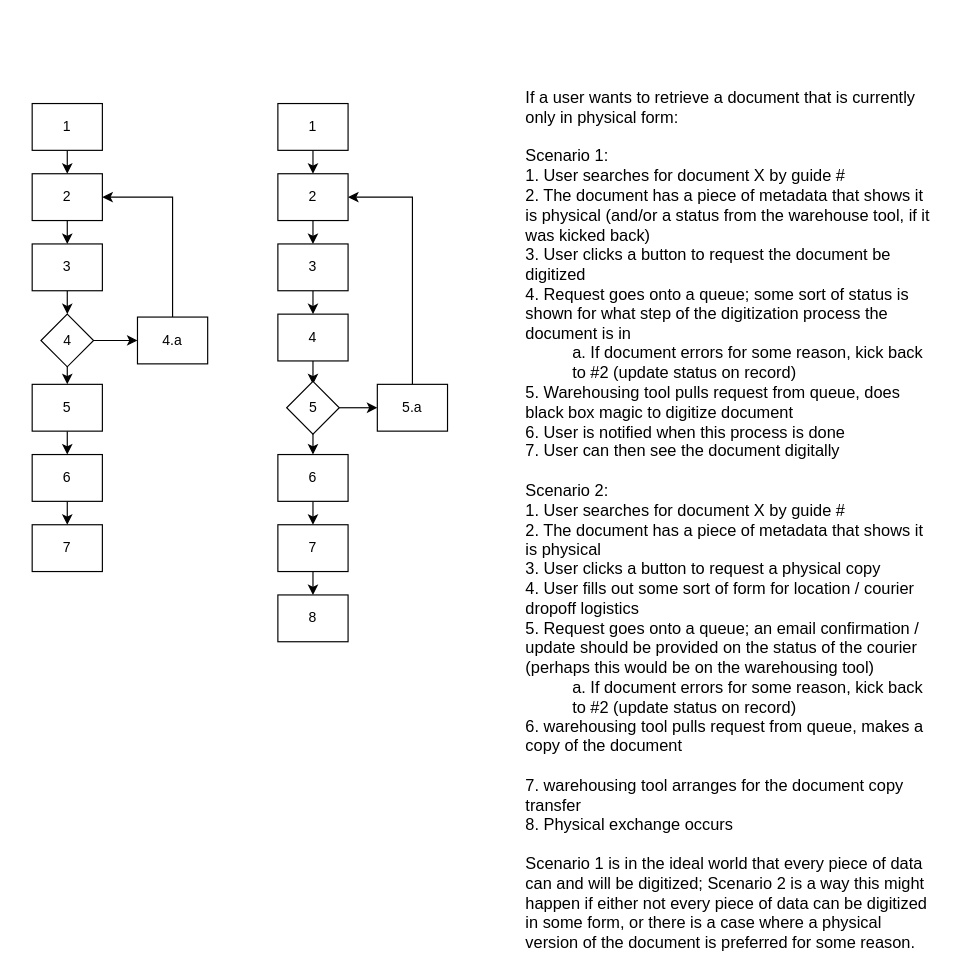
flare891/rmslow keeps this draw.io diagram as page "Phys. Document Retrieval" (4 of 5) of Drawings/Workflows.drawio. Above is the earlier version. Source tidied: cells renumbered, new cells numbered last; positions are measured from the earlier drawing's top-left corner, leaving out a move shared by most shapes. Both pictures are drawn from the tidied source at 117%, with x=0, y=0 at pixel (32, 80).
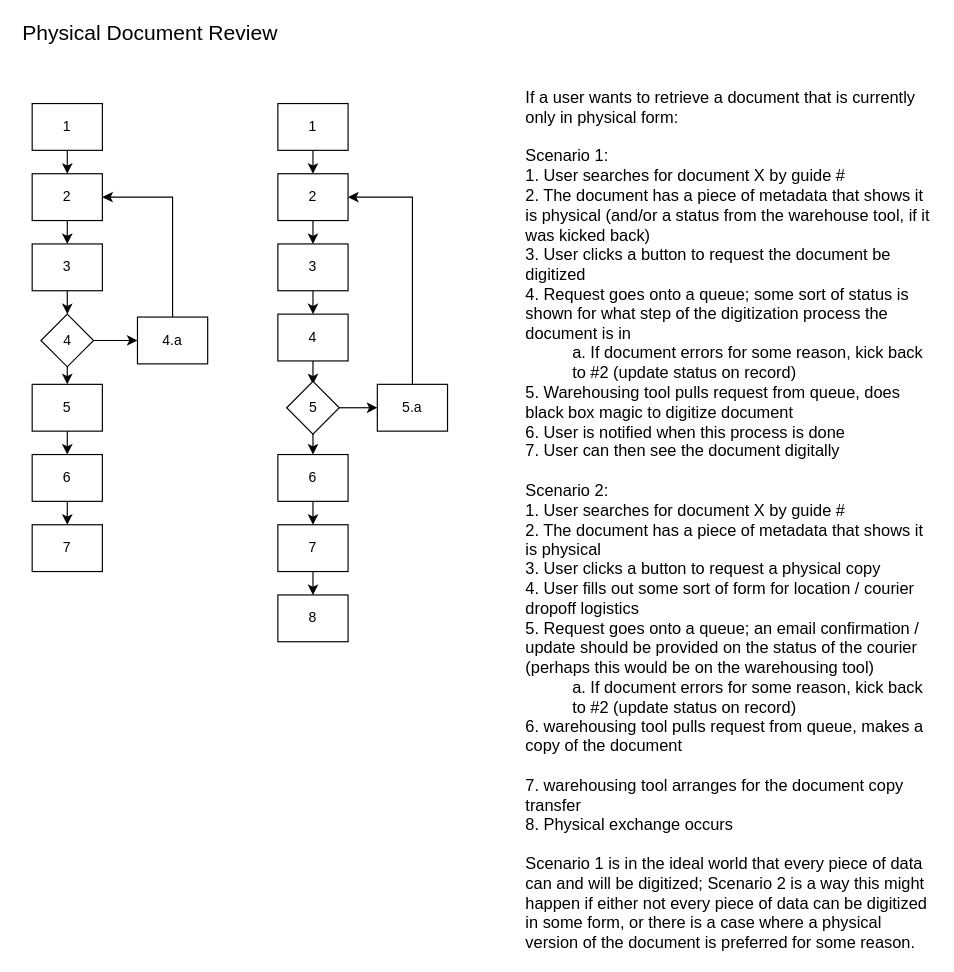
After the change.

Change to the diagram source:
```diff
@@
+    <mxCell id="37" value="Physical Document Review" style="text;html=1;strokeColor=none;fillColor=none;align=left;verticalAlign=middle;whiteSpace=wrap;rounded=0;fontSize=18;" parent="1" vertex="1">
+      <mxGeometry x="-10" y="-50" width="250" height="20" as="geometry" />
+    </mxCell>
```
